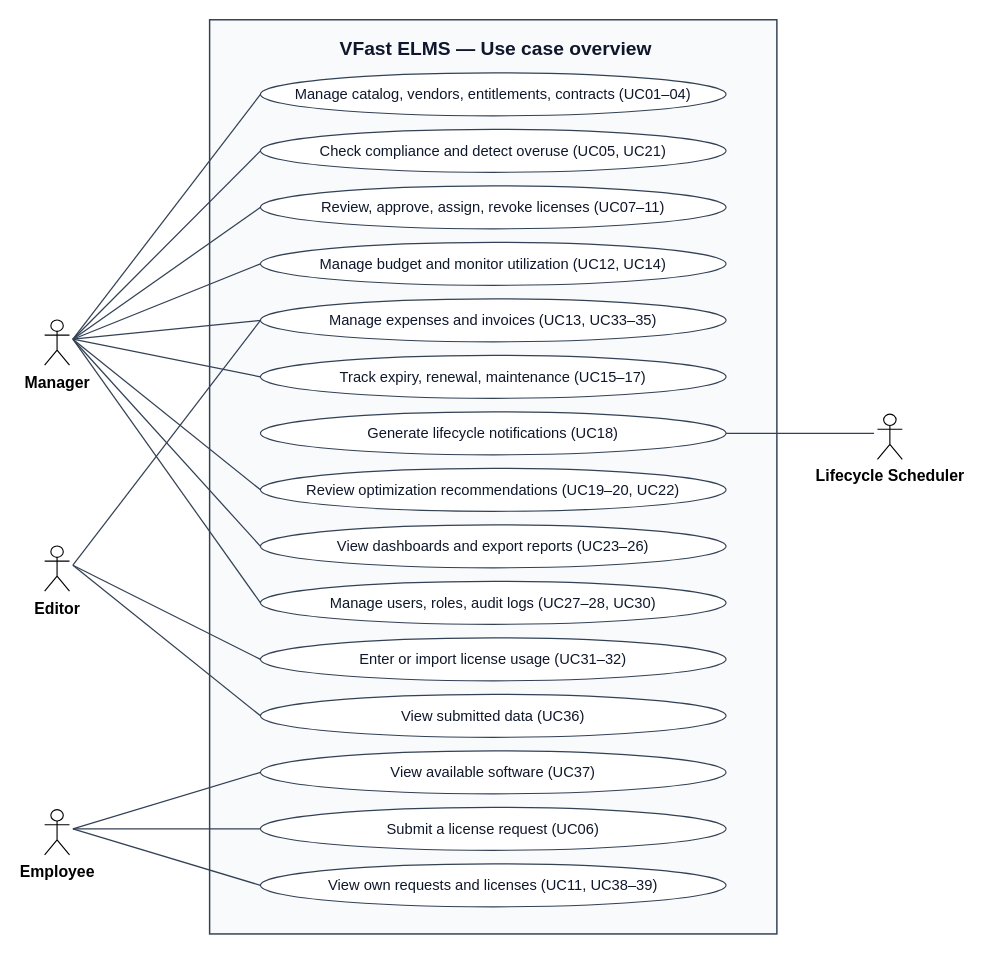
The draw.io diagram docs/diagrams/out/uc_overview.drawio in cuonglpv/VFast, before the edit. Source tidied: cells renumbered, new cells numbered last; positions are measured from the earlier drawing's top-left corner, leaving out a move shared by most shapes. Both pictures are drawn from the tidied source at 113%, with x=0, y=0 at pixel (44, 19).
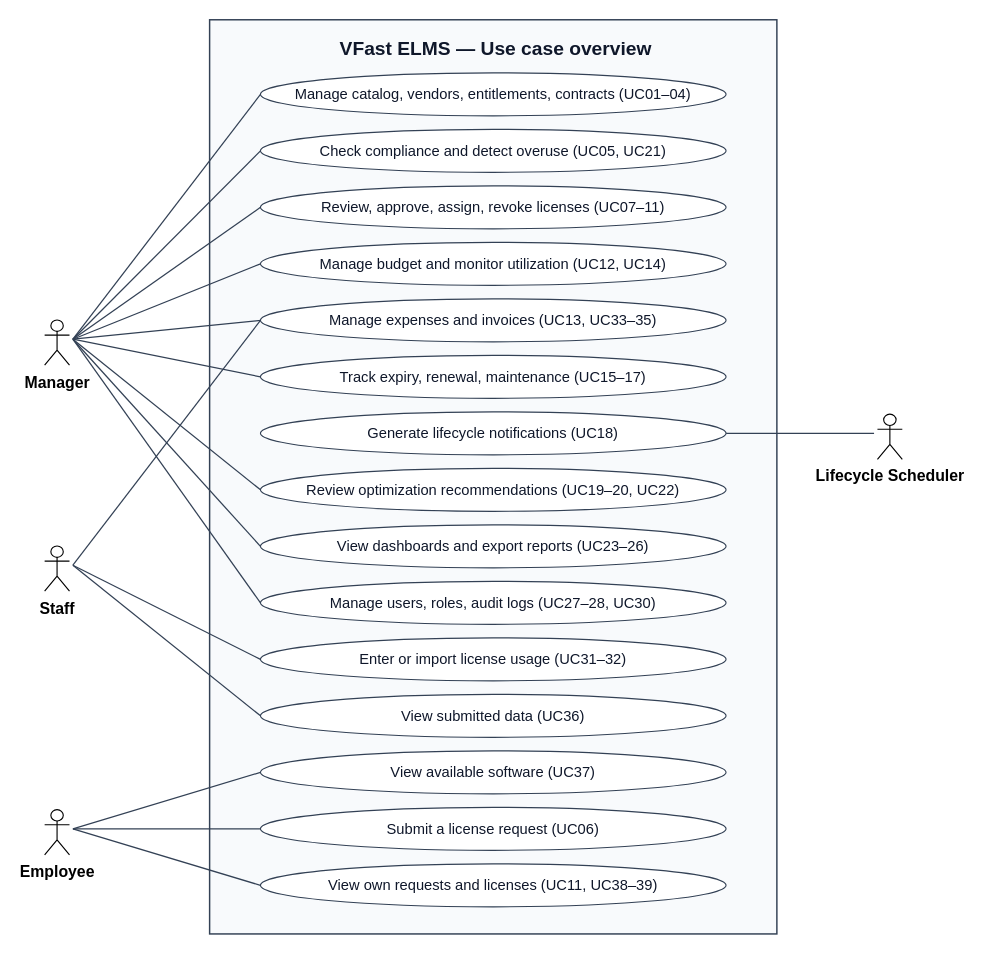
After the change.

Diff of the diagram source:
```diff
@@
-    <mxCell id="5" value="Editor" style="shape=umlActor;html=1;verticalLabelPosition=bottom;verticalAlign=top;labelPosition=center;align=center;fontSize=14;fontStyle=1;" parent="1" vertex="1">
+    <mxCell id="5" value="Staff" style="shape=umlActor;html=1;verticalLabelPosition=bottom;verticalAlign=top;labelPosition=center;align=center;fontSize=14;fontStyle=1;" parent="1" vertex="1">
       <mxGeometry y="465.7" width="22" height="40" as="geometry" />
     </mxCell>
```
